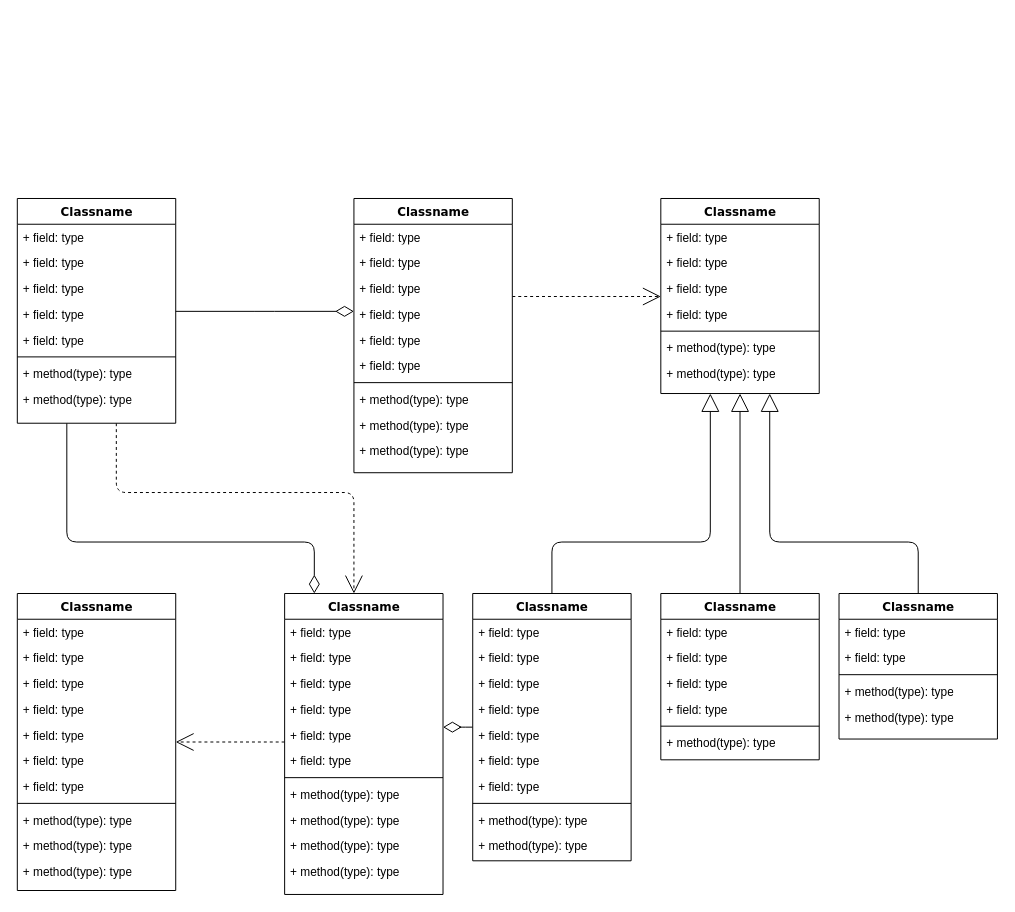
Before: Labs/Lab3/Untitled Diagram.drawio in Erik-M-Larsson/python-programming-Erik-Larsson, a draw.io diagram. Source tidied: cells renumbered, new cells numbered last; positions are measured from the earlier drawing's top-left corner, leaving out a move shared by most shapes. Both pictures are drawn from the tidied source at 99%, with x=0, y=0 at pixel (17, 198).
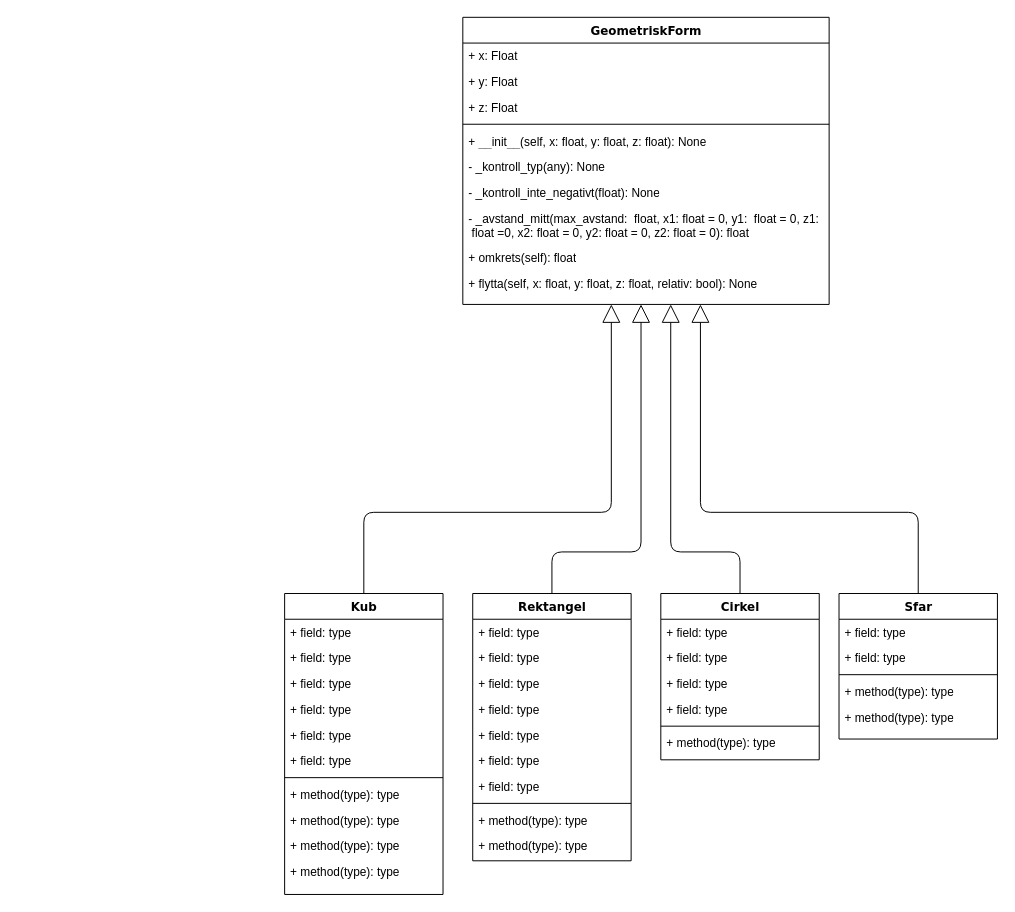
Above is the later version.

Commit message:
Klasser och kopplingar. GeometriksForm påbörjad

Change to the diagram source:
```diff
@@
-    <mxCell id="2" style="edgeStyle=orthogonalEdgeStyle;html=1;labelBackgroundColor=none;startFill=0;startSize=8;endArrow=open;endFill=0;endSize=16;fontFamily=Verdana;fontSize=12;dashed=1;" parent="1" edge="1" source="4" target="47">
-      <mxGeometry relative="1" as="geometry">
-        <Array as="points">
-          <mxPoint x="100" y="297" />
-          <mxPoint x="340" y="297" />
-        </Array>
-      </mxGeometry>
-    </mxCell>
-    <mxCell id="3" style="edgeStyle=orthogonalEdgeStyle;html=1;labelBackgroundColor=none;startFill=0;startSize=8;endArrow=diamondThin;endFill=0;endSize=16;fontFamily=Verdana;fontSize=12;" parent="1" edge="1" source="4" target="47">
-      <mxGeometry relative="1" as="geometry">
-        <Array as="points">
-          <mxPoint x="50" y="347" />
-          <mxPoint x="300" y="347" />
-        </Array>
-      </mxGeometry>
-    </mxCell>
-    <mxCell id="4" value="Classname" style="swimlane;html=1;fontStyle=1;align=center;verticalAlign=top;horizontal=1;startSize=26;swimlaneFillColor=#ffffff;rounded=0;shadow=0;comic=0;labelBackgroundColor=none;strokeWidth=1;fillColor=none;fontFamily=Verdana;fontSize=12;" parent="1" vertex="1">
-      <mxGeometry width="160" height="227" as="geometry" />
-    </mxCell>
-    <mxCell id="5" value="+ field: type" style="text;html=1;strokeColor=none;fillColor=none;align=left;verticalAlign=top;spacingLeft=4;spacingRight=4;whiteSpace=wrap;overflow=hidden;" parent="4" vertex="1">
-      <mxGeometry y="26" width="160" height="26" as="geometry" />
-    </mxCell>
-    <mxCell id="6" value="+ field: type" style="text;html=1;strokeColor=none;fillColor=none;align=left;verticalAlign=top;spacingLeft=4;spacingRight=4;whiteSpace=wrap;overflow=hidden;" parent="4" vertex="1">
-      <mxGeometry y="52" width="160" height="26" as="geometry" />
-    </mxCell>
-    <mxCell id="7" value="+ field: type" style="text;html=1;strokeColor=none;fillColor=none;align=left;verticalAlign=top;spacingLeft=4;spacingRight=4;whiteSpace=wrap;overflow=hidden;" parent="4" vertex="1">
-      <mxGeometry y="78" width="160" height="26" as="geometry" />
-    </mxCell>
-    <mxCell id="8" value="+ field: type" style="text;html=1;strokeColor=none;fillColor=none;align=left;verticalAlign=top;spacingLeft=4;spacingRight=4;whiteSpace=wrap;overflow=hidden;" parent="4" vertex="1">
-      <mxGeometry y="104" width="160" height="26" as="geometry" />
-    </mxCell>
-    <mxCell id="9" value="+ field: type" style="text;html=1;strokeColor=none;fillColor=none;align=left;verticalAlign=top;spacingLeft=4;spacingRight=4;whiteSpace=wrap;overflow=hidden;" parent="4" vertex="1">
-      <mxGeometry y="130" width="160" height="26" as="geometry" />
-    </mxCell>
-    <mxCell id="10" style="line;html=1;strokeWidth=1;fillColor=none;align=left;verticalAlign=middle;spacingTop=-1;spacingLeft=3;spacingRight=3;labelPosition=right;" parent="4" vertex="1">
-      <mxGeometry y="156" width="160" height="8" as="geometry" />
-    </mxCell>
-    <mxCell id="11" value="+ method(type): type" style="text;html=1;strokeColor=none;fillColor=none;align=left;verticalAlign=top;spacingLeft=4;spacingRight=4;whiteSpace=wrap;overflow=hidden;" parent="4" vertex="1">
-      <mxGeometry y="164" width="160" height="26" as="geometry" />
-    </mxCell>
-    <mxCell id="12" value="+ method(type): type" style="text;html=1;strokeColor=none;fillColor=none;align=left;verticalAlign=top;spacingLeft=4;spacingRight=4;whiteSpace=wrap;overflow=hidden;" parent="4" vertex="1">
-      <mxGeometry y="190" width="160" height="26" as="geometry" />
-    </mxCell>
-    <mxCell id="13" style="edgeStyle=elbowEdgeStyle;html=1;labelBackgroundColor=none;startFill=0;startSize=8;endArrow=open;endFill=0;endSize=16;fontFamily=Verdana;fontSize=12;elbow=vertical;dashed=1;" parent="1" edge="1" source="14" target="25">
-      <mxGeometry relative="1" as="geometry" />
-    </mxCell>
-    <mxCell id="14" value="Classname" style="swimlane;html=1;fontStyle=1;align=center;verticalAlign=top;horizontal=1;startSize=26;swimlaneFillColor=#ffffff;rounded=0;shadow=0;comic=0;labelBackgroundColor=none;strokeWidth=1;fillColor=none;fontFamily=Verdana;fontSize=12;" parent="1" vertex="1">
-      <mxGeometry x="340" width="160" height="277" as="geometry" />
-    </mxCell>
-    <mxCell id="15" value="+ field: type" style="text;html=1;strokeColor=none;fillColor=none;align=left;verticalAlign=top;spacingLeft=4;spacingRight=4;whiteSpace=wrap;overflow=hidden;" parent="14" vertex="1">
-      <mxGeometry y="26" width="160" height="26" as="geometry" />
-    </mxCell>
-    <mxCell id="16" value="+ field: type" style="text;html=1;strokeColor=none;fillColor=none;align=left;verticalAlign=top;spacingLeft=4;spacingRight=4;whiteSpace=wrap;overflow=hidden;" parent="14" vertex="1">
-      <mxGeometry y="52" width="160" height="26" as="geometry" />
-    </mxCell>
-    <mxCell id="17" value="+ field: type" style="text;html=1;strokeColor=none;fillColor=none;align=left;verticalAlign=top;spacingLeft=4;spacingRight=4;whiteSpace=wrap;overflow=hidden;" parent="14" vertex="1">
-      <mxGeometry y="78" width="160" height="26" as="geometry" />
-    </mxCell>
-    <mxCell id="18" value="+ field: type" style="text;html=1;strokeColor=none;fillColor=none;align=left;verticalAlign=top;spacingLeft=4;spacingRight=4;whiteSpace=wrap;overflow=hidden;" parent="14" vertex="1">
-      <mxGeometry y="104" width="160" height="26" as="geometry" />
-    </mxCell>
-    <mxCell id="19" value="+ field: type" style="text;html=1;strokeColor=none;fillColor=none;align=left;verticalAlign=top;spacingLeft=4;spacingRight=4;whiteSpace=wrap;overflow=hidden;" parent="14" vertex="1">
-      <mxGeometry y="130" width="160" height="26" as="geometry" />
-    </mxCell>
-    <mxCell id="20" value="+ field: type" style="text;html=1;strokeColor=none;fillColor=none;align=left;verticalAlign=top;spacingLeft=4;spacingRight=4;whiteSpace=wrap;overflow=hidden;" parent="14" vertex="1">
-      <mxGeometry y="156" width="160" height="26" as="geometry" />
-    </mxCell>
-    <mxCell id="21" style="line;html=1;strokeWidth=1;fillColor=none;align=left;verticalAlign=middle;spacingTop=-1;spacingLeft=3;spacingRight=3;labelPosition=right;" parent="14" vertex="1">
-      <mxGeometry y="182" width="160" height="8" as="geometry" />
-    </mxCell>
-    <mxCell id="22" value="+ method(type): type" style="text;html=1;strokeColor=none;fillColor=none;align=left;verticalAlign=top;spacingLeft=4;spacingRight=4;whiteSpace=wrap;overflow=hidden;" parent="14" vertex="1">
-      <mxGeometry y="190" width="160" height="26" as="geometry" />
-    </mxCell>
-    <mxCell id="23" value="+ method(type): type" style="text;html=1;strokeColor=none;fillColor=none;align=left;verticalAlign=top;spacingLeft=4;spacingRight=4;whiteSpace=wrap;overflow=hidden;" parent="14" vertex="1">
-      <mxGeometry y="216" width="160" height="26" as="geometry" />
-    </mxCell>
-    <mxCell id="24" value="+ method(type): type" style="text;html=1;strokeColor=none;fillColor=none;align=left;verticalAlign=top;spacingLeft=4;spacingRight=4;whiteSpace=wrap;overflow=hidden;" parent="14" vertex="1">
-      <mxGeometry y="242" width="160" height="26" as="geometry" />
-    </mxCell>
-    <mxCell id="25" value="Classname" style="swimlane;html=1;fontStyle=1;align=center;verticalAlign=top;horizontal=1;startSize=26;swimlaneFillColor=#ffffff;rounded=0;shadow=0;comic=0;labelBackgroundColor=none;strokeWidth=1;fillColor=none;fontFamily=Verdana;fontSize=12;" parent="1" vertex="1">
-      <mxGeometry x="650" width="160" height="197" as="geometry" />
+    <mxCell id="25" value="GeometriskForm" style="swimlane;html=1;fontStyle=1;align=center;verticalAlign=top;horizontal=1;startSize=26;swimlaneFillColor=#ffffff;rounded=0;shadow=0;comic=0;labelBackgroundColor=none;strokeWidth=1;fillColor=none;fontFamily=Verdana;fontSize=12;" parent="1" vertex="1">
+      <mxGeometry x="450" y="-183" width="370" height="290" as="geometry" />
     </mxCell>
-    <mxCell id="26" value="+ field: type" style="text;html=1;strokeColor=none;fillColor=none;align=left;verticalAlign=top;spacingLeft=4;spacingRight=4;whiteSpace=wrap;overflow=hidden;" parent="25" vertex="1">
-      <mxGeometry y="26" width="160" height="26" as="geometry" />
+    <mxCell id="26" value="+ x: Float" style="text;html=1;strokeColor=none;fillColor=none;align=left;verticalAlign=top;spacingLeft=4;spacingRight=4;whiteSpace=wrap;overflow=hidden;" parent="25" vertex="1">
+      <mxGeometry y="26" width="370" height="26" as="geometry" />
     </mxCell>
-    <mxCell id="27" value="+ field: type" style="text;html=1;strokeColor=none;fillColor=none;align=left;verticalAlign=top;spacingLeft=4;spacingRight=4;whiteSpace=wrap;overflow=hidden;" parent="25" vertex="1">
-      <mxGeometry y="52" width="160" height="26" as="geometry" />
+    <mxCell id="27" value="+ y: Float" style="text;html=1;strokeColor=none;fillColor=none;align=left;verticalAlign=top;spacingLeft=4;spacingRight=4;whiteSpace=wrap;overflow=hidden;" parent="25" vertex="1">
+      <mxGeometry y="52" width="370" height="26" as="geometry" />
     </mxCell>
-    <mxCell id="28" value="+ field: type" style="text;html=1;strokeColor=none;fillColor=none;align=left;verticalAlign=top;spacingLeft=4;spacingRight=4;whiteSpace=wrap;overflow=hidden;" parent="25" vertex="1">
-      <mxGeometry y="78" width="160" height="26" as="geometry" />
+    <mxCell id="28" value="+ z: Float" style="text;html=1;strokeColor=none;fillColor=none;align=left;verticalAlign=top;spacingLeft=4;spacingRight=4;whiteSpace=wrap;overflow=hidden;" parent="25" vertex="1">
+      <mxGeometry y="78" width="370" height="26" as="geometry" />
     </mxCell>
-    <mxCell id="29" value="+ field: type" style="text;html=1;strokeColor=none;fillColor=none;align=left;verticalAlign=top;spacingLeft=4;spacingRight=4;whiteSpace=wrap;overflow=hidden;" parent="25" vertex="1">
-      <mxGeometry y="104" width="160" height="26" as="geometry" />
-    </mxCell>
     <mxCell id="30" style="line;html=1;strokeWidth=1;fillColor=none;align=left;verticalAlign=middle;spacingTop=-1;spacingLeft=3;spacingRight=3;labelPosition=right;" parent="25" vertex="1">
-      <mxGeometry y="130" width="160" height="8" as="geometry" />
+      <mxGeometry y="104" width="370" height="8" as="geometry" />
     </mxCell>
+    <mxCell id="87" value="+ __init__(self, x: float, y: float, z: float): None" style="text;html=1;strokeColor=none;fillColor=none;align=left;verticalAlign=top;spacingLeft=4;spacingRight=4;whiteSpace=wrap;overflow=hidden;" parent="25" vertex="1">
+      <mxGeometry y="112" width="370" height="26" as="geometry" />
+    </mxCell>
-    <mxCell id="31" value="+ method(type): type" style="text;html=1;strokeColor=none;fillColor=none;align=left;verticalAlign=top;spacingLeft=4;spacingRight=4;whiteSpace=wrap;overflow=hidden;" parent="25" vertex="1">
-      <mxGeometry y="138" width="160" height="26" as="geometry" />
+    <mxCell id="31" value="- _kontroll_typ(any): None" style="text;html=1;strokeColor=none;fillColor=none;align=left;verticalAlign=top;spacingLeft=4;spacingRight=4;whiteSpace=wrap;overflow=hidden;" parent="25" vertex="1">
+      <mxGeometry y="138" width="370" height="26" as="geometry" />
     </mxCell>
+    <mxCell id="88" value="- _kontroll_inte_negativt(float): None" style="text;html=1;strokeColor=none;fillColor=none;align=left;verticalAlign=top;spacingLeft=4;spacingRight=4;whiteSpace=wrap;overflow=hidden;" parent="25" vertex="1">
+      <mxGeometry y="164" width="370" height="26" as="geometry" />
+    </mxCell>
+    <mxCell id="89" value="- _avstand_mitt(max_avstand:&amp;nbsp; float, x1: float = 0, y1:&amp;nbsp; float = 0, z1: &lt;span style=&quot;white-space: pre&quot;&gt; &lt;/span&gt;float =0, x2: float = 0, y2: float = 0, z2: float = 0): float" style="text;html=1;strokeColor=none;fillColor=none;align=left;verticalAlign=top;spacingLeft=4;spacingRight=4;whiteSpace=wrap;overflow=hidden;" parent="25" vertex="1">
+      <mxGeometry y="190" width="370" height="40" as="geometry" />
+    </mxCell>
+    <mxCell id="90" value="+ omkrets(self): float" style="text;html=1;strokeColor=none;fillColor=none;align=left;verticalAlign=top;spacingLeft=4;spacingRight=4;whiteSpace=wrap;overflow=hidden;" parent="25" vertex="1">
+      <mxGeometry y="230" width="370" height="26" as="geometry" />
+    </mxCell>
-    <mxCell id="32" value="+ method(type): type" style="text;html=1;strokeColor=none;fillColor=none;align=left;verticalAlign=top;spacingLeft=4;spacingRight=4;whiteSpace=wrap;overflow=hidden;" parent="25" vertex="1">
-      <mxGeometry y="164" width="160" height="26" as="geometry" />
+    <mxCell id="32" value="+ flytta(self, x: float, y: float, z: float, relativ: bool): None" style="text;html=1;strokeColor=none;fillColor=none;align=left;verticalAlign=top;spacingLeft=4;spacingRight=4;whiteSpace=wrap;overflow=hidden;" parent="25" vertex="1">
+      <mxGeometry y="256" width="370" height="26" as="geometry" />
     </mxCell>
-    <mxCell id="33" style="edgeStyle=elbowEdgeStyle;html=1;labelBackgroundColor=none;startFill=0;startSize=8;endArrow=open;endFill=0;endSize=16;fontFamily=Verdana;fontSize=12;elbow=vertical;dashed=1;" parent="1" edge="1" source="47" target="34">
-      <mxGeometry relative="1" as="geometry" />
-    </mxCell>
-    <mxCell id="34" value="Classname" style="swimlane;html=1;fontStyle=1;align=center;verticalAlign=top;horizontal=1;startSize=26;swimlaneFillColor=#ffffff;rounded=0;shadow=0;comic=0;labelBackgroundColor=none;strokeWidth=1;fillColor=none;fontFamily=Verdana;fontSize=12;" parent="1" vertex="1">
-      <mxGeometry y="399" width="160" height="300" as="geometry" />
-    </mxCell>
-    <mxCell id="35" value="+ field: type" style="text;html=1;strokeColor=none;fillColor=none;align=left;verticalAlign=top;spacingLeft=4;spacingRight=4;whiteSpace=wrap;overflow=hidden;" parent="34" vertex="1">
-      <mxGeometry y="26" width="160" height="26" as="geometry" />
-    </mxCell>
-    <mxCell id="36" value="+ field: type" style="text;html=1;strokeColor=none;fillColor=none;align=left;verticalAlign=top;spacingLeft=4;spacingRight=4;whiteSpace=wrap;overflow=hidden;" parent="34" vertex="1">
-      <mxGeometry y="52" width="160" height="26" as="geometry" />
-    </mxCell>
-    <mxCell id="37" value="+ field: type" style="text;html=1;strokeColor=none;fillColor=none;align=left;verticalAlign=top;spacingLeft=4;spacingRight=4;whiteSpace=wrap;overflow=hidden;" parent="34" vertex="1">
-      <mxGeometry y="78" width="160" height="26" as="geometry" />
-    </mxCell>
-    <mxCell id="38" value="+ field: type" style="text;html=1;strokeColor=none;fillColor=none;align=left;verticalAlign=top;spacingLeft=4;spacingRight=4;whiteSpace=wrap;overflow=hidden;" parent="34" vertex="1">
-      <mxGeometry y="104" width="160" height="26" as="geometry" />
-    </mxCell>
-    <mxCell id="39" value="+ field: type" style="text;html=1;strokeColor=none;fillColor=none;align=left;verticalAlign=top;spacingLeft=4;spacingRight=4;whiteSpace=wrap;overflow=hidden;" parent="34" vertex="1">
-      <mxGeometry y="130" width="160" height="26" as="geometry" />
-    </mxCell>
-    <mxCell id="40" value="+ field: type" style="text;html=1;strokeColor=none;fillColor=none;align=left;verticalAlign=top;spacingLeft=4;spacingRight=4;whiteSpace=wrap;overflow=hidden;" parent="34" vertex="1">
-      <mxGeometry y="156" width="160" height="26" as="geometry" />
-    </mxCell>
-    <mxCell id="41" value="+ field: type" style="text;html=1;strokeColor=none;fillColor=none;align=left;verticalAlign=top;spacingLeft=4;spacingRight=4;whiteSpace=wrap;overflow=hidden;" parent="34" vertex="1">
-      <mxGeometry y="182" width="160" height="26" as="geometry" />
-    </mxCell>
-    <mxCell id="42" style="line;html=1;strokeWidth=1;fillColor=none;align=left;verticalAlign=middle;spacingTop=-1;spacingLeft=3;spacingRight=3;labelPosition=right;" parent="34" vertex="1">
-      <mxGeometry y="208" width="160" height="8" as="geometry" />
-    </mxCell>
-    <mxCell id="43" value="+ method(type): type" style="text;html=1;strokeColor=none;fillColor=none;align=left;verticalAlign=top;spacingLeft=4;spacingRight=4;whiteSpace=wrap;overflow=hidden;" parent="34" vertex="1">
-      <mxGeometry y="216" width="160" height="26" as="geometry" />
-    </mxCell>
-    <mxCell id="44" value="+ method(type): type" style="text;html=1;strokeColor=none;fillColor=none;align=left;verticalAlign=top;spacingLeft=4;spacingRight=4;whiteSpace=wrap;overflow=hidden;" parent="34" vertex="1">
-      <mxGeometry y="242" width="160" height="26" as="geometry" />
-    </mxCell>
-    <mxCell id="45" value="+ method(type): type" style="text;html=1;strokeColor=none;fillColor=none;align=left;verticalAlign=top;spacingLeft=4;spacingRight=4;whiteSpace=wrap;overflow=hidden;" parent="34" vertex="1">
-      <mxGeometry y="268" width="160" height="26" as="geometry" />
-    </mxCell>
-    <mxCell id="46" style="edgeStyle=elbowEdgeStyle;html=1;labelBackgroundColor=none;startFill=0;startSize=8;endArrow=diamondThin;endFill=0;endSize=16;fontFamily=Verdana;fontSize=12;elbow=vertical;" parent="1" edge="1" source="60" target="47">
-      <mxGeometry relative="1" as="geometry" />
-    </mxCell>
-    <mxCell id="47" value="Classname" style="swimlane;html=1;fontStyle=1;align=center;verticalAlign=top;horizontal=1;startSize=26;swimlaneFillColor=#ffffff;rounded=0;shadow=0;comic=0;labelBackgroundColor=none;strokeWidth=1;fillColor=none;fontFamily=Verdana;fontSize=12;" parent="1" vertex="1">
+    <mxCell id="47" value="Kub" style="swimlane;html=1;fontStyle=1;align=center;verticalAlign=top;horizontal=1;startSize=26;swimlaneFillColor=#ffffff;rounded=0;shadow=0;comic=0;labelBackgroundColor=none;strokeWidth=1;fillColor=none;fontFamily=Verdana;fontSize=12;" parent="1" vertex="1">
       <mxGeometry x="270" y="399" width="160" height="304" as="geometry" />
     </mxCell>
@@
-    <mxCell id="59" style="edgeStyle=orthogonalEdgeStyle;html=1;labelBackgroundColor=none;startFill=0;startSize=8;endArrow=block;endFill=0;endSize=16;fontFamily=Verdana;fontSize=12;" parent="1" edge="1" source="60" target="25">
+    <mxCell id="59" style="edgeStyle=orthogonalEdgeStyle;html=1;labelBackgroundColor=none;startFill=0;startSize=8;endArrow=block;endFill=0;endSize=16;fontFamily=Verdana;fontSize=12;" parent="1" edge="1" source="47" target="25">
       <mxGeometry relative="1" as="geometry">
         <Array as="points">
-          <mxPoint x="540" y="347" />
-          <mxPoint x="700" y="347" />
+          <mxPoint x="350" y="317" />
+          <mxPoint x="600" y="317" />
         </Array>
       </mxGeometry>
     </mxCell>
-    <mxCell id="60" value="Classname" style="swimlane;html=1;fontStyle=1;align=center;verticalAlign=top;horizontal=1;startSize=26;swimlaneFillColor=#ffffff;rounded=0;shadow=0;comic=0;labelBackgroundColor=none;strokeWidth=1;fillColor=none;fontFamily=Verdana;fontSize=12;" parent="1" vertex="1">
+    <mxCell id="60" value="Rektangel" style="swimlane;html=1;fontStyle=1;align=center;verticalAlign=top;horizontal=1;startSize=26;swimlaneFillColor=#ffffff;rounded=0;shadow=0;comic=0;labelBackgroundColor=none;strokeWidth=1;fillColor=none;fontFamily=Verdana;fontSize=12;" parent="1" vertex="1">
       <mxGeometry x="460" y="399" width="160" height="270" as="geometry" />
     </mxCell>
@@
     <mxCell id="71" style="edgeStyle=orthogonalEdgeStyle;html=1;labelBackgroundColor=none;startFill=0;startSize=8;endArrow=block;endFill=0;endSize=16;fontFamily=Verdana;fontSize=12;" parent="1" edge="1" source="72" target="25">
-      <mxGeometry relative="1" as="geometry" />
+      <mxGeometry relative="1" as="geometry">
+        <Array as="points">
+          <mxPoint x="730" y="357" />
+          <mxPoint x="660" y="357" />
+        </Array>
+      </mxGeometry>
     </mxCell>
-    <mxCell id="72" value="Classname" style="swimlane;html=1;fontStyle=1;align=center;verticalAlign=top;horizontal=1;startSize=26;swimlaneFillColor=#ffffff;rounded=0;shadow=0;comic=0;labelBackgroundColor=none;strokeWidth=1;fillColor=none;fontFamily=Verdana;fontSize=12;" parent="1" vertex="1">
+    <mxCell id="72" value="Cirkel" style="swimlane;html=1;fontStyle=1;align=center;verticalAlign=top;horizontal=1;startSize=26;swimlaneFillColor=#ffffff;rounded=0;shadow=0;comic=0;labelBackgroundColor=none;strokeWidth=1;fillColor=none;fontFamily=Verdana;fontSize=12;" parent="1" vertex="1">
       <mxGeometry x="650" y="399" width="160" height="168" as="geometry" />
     </mxCell>
@@
     <mxCell id="79" style="edgeStyle=orthogonalEdgeStyle;html=1;labelBackgroundColor=none;startFill=0;startSize=8;endArrow=block;endFill=0;endSize=16;fontFamily=Verdana;fontSize=12;" parent="1" edge="1" source="80" target="25">
       <mxGeometry relative="1" as="geometry">
         <Array as="points">
-          <mxPoint x="910" y="347" />
-          <mxPoint x="760" y="347" />
+          <mxPoint x="910" y="317" />
+          <mxPoint x="690" y="317" />
         </Array>
       </mxGeometry>
     </mxCell>
-    <mxCell id="80" value="Classname" style="swimlane;html=1;fontStyle=1;align=center;verticalAlign=top;horizontal=1;startSize=26;swimlaneFillColor=#ffffff;rounded=0;shadow=0;comic=0;labelBackgroundColor=none;strokeWidth=1;fillColor=none;fontFamily=Verdana;fontSize=12;" parent="1" vertex="1">
+    <mxCell id="80" value="Sfar" style="swimlane;html=1;fontStyle=1;align=center;verticalAlign=top;horizontal=1;startSize=26;swimlaneFillColor=#ffffff;rounded=0;shadow=0;comic=0;labelBackgroundColor=none;strokeWidth=1;fillColor=none;fontFamily=Verdana;fontSize=12;" parent="1" vertex="1">
       <mxGeometry x="830" y="399" width="160" height="147" as="geometry" />
     </mxCell>
@@
-    <mxCell id="86" style="edgeStyle=elbowEdgeStyle;html=1;labelBackgroundColor=none;startFill=0;startSize=8;endArrow=diamondThin;endFill=0;endSize=16;fontFamily=Verdana;fontSize=12;elbow=vertical;" parent="1" edge="1" source="4" target="14">
-      <mxGeometry relative="1" as="geometry" />
-    </mxCell>
+    <mxCell id="91" style="edgeStyle=orthogonalEdgeStyle;html=1;labelBackgroundColor=none;startFill=0;startSize=8;endArrow=block;endFill=0;endSize=16;fontFamily=Verdana;fontSize=12;" parent="1" edge="1" source="60" target="25">
+      <mxGeometry relative="1" as="geometry">
+        <Array as="points">
+          <mxPoint x="540" y="357" />
+          <mxPoint x="630" y="357" />
+        </Array>
+      </mxGeometry>
+    </mxCell>
```
